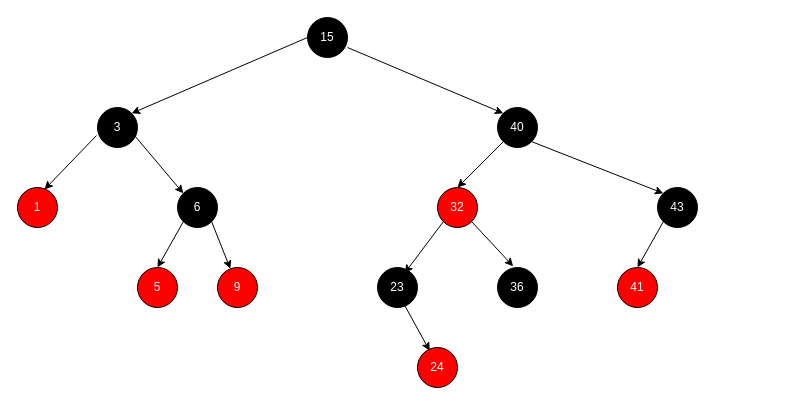
This is page "Page-1" (1 of 2) of Untitled Diagram.drawio from semihhdemirel/semihhdemirel, a draw.io file, before an edit. Source tidied: cells renumbered, new cells numbered last; positions are measured from the earlier drawing's top-left corner, leaving out a move shared by most shapes. Both pictures are drawn from the tidied source at 100%, with x=0, y=0 at pixel (17, 17).
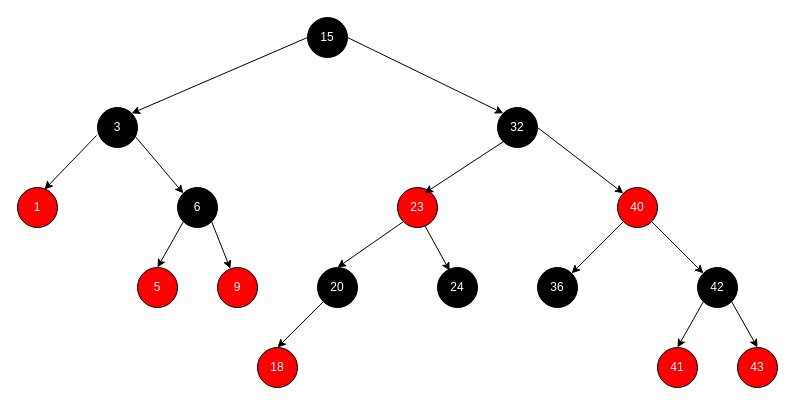
The same diagram, later.

Unchanged cells that the change refers to:
```xml
<mxCell id="3" value="&lt;font color=&quot;#ffffff&quot;&gt;15&lt;/font&gt;" style="ellipse;whiteSpace=wrap;html=1;fillColor=#000000;" parent="1" vertex="1">
  <mxGeometry x="290" width="40" height="40" as="geometry" />
</mxCell>
```

Change to the diagram source:
```diff
@@
-    <mxCell id="2" value="&lt;font color=&quot;#ffffff&quot;&gt;40&lt;/font&gt;" style="ellipse;whiteSpace=wrap;html=1;fillColor=#000000;" parent="1" vertex="1">
-      <mxGeometry x="480" y="90" width="40" height="40" as="geometry" />
+    <mxCell id="2" value="&lt;font color=&quot;#ffffff&quot;&gt;40&lt;/font&gt;" style="ellipse;whiteSpace=wrap;html=1;fillColor=#FF0000;" parent="1" vertex="1">
+      <mxGeometry x="600" y="170" width="40" height="40" as="geometry" />
     </mxCell>
@@
-    <mxCell id="5" value="&lt;font color=&quot;#ffffff&quot;&gt;43&lt;/font&gt;" style="ellipse;whiteSpace=wrap;html=1;fillColor=#000000;" parent="1" vertex="1">
-      <mxGeometry x="640" y="170" width="40" height="40" as="geometry" />
+    <mxCell id="5" value="&lt;font color=&quot;#ffffff&quot;&gt;43&lt;/font&gt;" style="ellipse;whiteSpace=wrap;html=1;fillColor=#FF0000;" parent="1" vertex="1">
+      <mxGeometry x="720" y="330" width="40" height="40" as="geometry" />
     </mxCell>
-    <mxCell id="6" style="endArrow=classic;html=1;rounded=0;exitX=1;exitY=1;exitDx=0;exitDy=0;entryX=0;entryY=0;entryDx=0;entryDy=0;" parent="1" edge="1" source="2" target="5">
-      <mxGeometry relative="1" as="geometry" />
-    </mxCell>
-    <mxCell id="7" value="&lt;font color=&quot;#ffffff&quot;&gt;32&lt;/font&gt;" style="ellipse;whiteSpace=wrap;html=1;fillColor=#FF0000;" parent="1" vertex="1">
-      <mxGeometry x="420" y="170" width="40" height="40" as="geometry" />
+    <mxCell id="7" value="&lt;font color=&quot;#ffffff&quot;&gt;32&lt;/font&gt;" style="ellipse;whiteSpace=wrap;html=1;fillColor=#000000;" parent="1" vertex="1">
+      <mxGeometry x="480" y="90" width="40" height="40" as="geometry" />
     </mxCell>
-    <mxCell id="8" style="endArrow=classic;html=1;rounded=0;exitX=1;exitY=0.75;exitDx=0;exitDy=0;entryX=0;entryY=0;entryDx=0;entryDy=0;exitPerimeter=0;" parent="1" edge="1" source="3" target="2">
-      <mxGeometry relative="1" as="geometry" />
-    </mxCell>
@@
-    <mxCell id="14" style="endArrow=classic;html=1;rounded=0;exitX=0;exitY=1;exitDx=0;exitDy=0;entryX=0.5;entryY=0;entryDx=0;entryDy=0;" parent="1" edge="1" source="2" target="7">
-      <mxGeometry relative="1" as="geometry" />
-    </mxCell>
-    <mxCell id="15" value="&lt;font color=&quot;#ffffff&quot;&gt;23&lt;/font&gt;" style="ellipse;whiteSpace=wrap;html=1;fillColor=#000000;" parent="1" vertex="1">
-      <mxGeometry x="360" y="250" width="40" height="40" as="geometry" />
+    <mxCell id="15" value="&lt;font color=&quot;#ffffff&quot;&gt;23&lt;/font&gt;" style="ellipse;whiteSpace=wrap;html=1;fillColor=#FF0000;" parent="1" vertex="1">
+      <mxGeometry x="380" y="170" width="40" height="40" as="geometry" />
     </mxCell>
@@
     <mxCell id="17" value="&lt;font color=&quot;#ffffff&quot;&gt;36&lt;/font&gt;" style="ellipse;whiteSpace=wrap;html=1;fillColor=#000000;" parent="1" vertex="1">
-      <mxGeometry x="480" y="250" width="40" height="40" as="geometry" />
+      <mxGeometry x="520" y="250" width="40" height="40" as="geometry" />
     </mxCell>
-    <mxCell id="18" style="endArrow=classic;html=1;rounded=0;entryX=0.392;entryY=-0.031;entryDx=0;entryDy=0;entryPerimeter=0;exitX=1;exitY=1;exitDx=0;exitDy=0;" parent="1" edge="1" source="7" target="17">
-      <mxGeometry relative="1" as="geometry" />
-    </mxCell>
@@
-    <mxCell id="23" value="&lt;font color=&quot;#ffffff&quot;&gt;24&lt;/font&gt;" style="ellipse;whiteSpace=wrap;html=1;fillColor=#FF0000;" parent="1" vertex="1">
-      <mxGeometry x="400" y="330" width="40" height="40" as="geometry" />
+    <mxCell id="23" value="&lt;font color=&quot;#ffffff&quot;&gt;24&lt;/font&gt;" style="ellipse;whiteSpace=wrap;html=1;fillColor=#000000;" parent="1" vertex="1">
+      <mxGeometry x="420" y="250" width="40" height="40" as="geometry" />
     </mxCell>
@@
     <mxCell id="25" value="&lt;font color=&quot;#ffffff&quot;&gt;41&lt;/font&gt;" style="ellipse;whiteSpace=wrap;html=1;fillColor=#FF0000;" parent="1" vertex="1">
-      <mxGeometry x="600" y="250" width="40" height="40" as="geometry" />
+      <mxGeometry x="640" y="330" width="40" height="40" as="geometry" />
     </mxCell>
-    <mxCell id="26" style="endArrow=classic;html=1;rounded=0;exitX=0;exitY=1;exitDx=0;exitDy=0;entryX=0.5;entryY=0;entryDx=0;entryDy=0;" parent="1" edge="1" source="5" target="25">
-      <mxGeometry relative="1" as="geometry" />
-    </mxCell>
+    <mxCell id="27" value="&lt;font color=&quot;#ffffff&quot;&gt;42&lt;/font&gt;" style="ellipse;whiteSpace=wrap;html=1;fillColor=#000000;" parent="1" vertex="1">
+      <mxGeometry x="680" y="250" width="40" height="40" as="geometry" />
+    </mxCell>
+    <mxCell id="28" style="endArrow=classic;html=1;rounded=0;entryX=0.5;entryY=0;entryDx=0;entryDy=0;exitX=0;exitY=1;exitDx=0;exitDy=0;" parent="1" edge="1" source="27" target="25">
+      <mxGeometry relative="1" as="geometry" />
+    </mxCell>
+    <mxCell id="29" style="endArrow=classic;html=1;rounded=0;entryX=0.5;entryY=0;entryDx=0;entryDy=0;exitX=1;exitY=1;exitDx=0;exitDy=0;" parent="1" edge="1" source="27" target="5">
+      <mxGeometry relative="1" as="geometry" />
+    </mxCell>
+    <mxCell id="30" value="&lt;font color=&quot;#ffffff&quot;&gt;20&lt;/font&gt;" style="ellipse;whiteSpace=wrap;html=1;fillColor=#000000;" parent="1" vertex="1">
+      <mxGeometry x="300" y="250" width="40" height="40" as="geometry" />
+    </mxCell>
+    <mxCell id="31" style="endArrow=classic;html=1;rounded=0;entryX=0.5;entryY=0;entryDx=0;entryDy=0;exitX=0;exitY=1;exitDx=0;exitDy=0;" parent="1" edge="1" source="15" target="30">
+      <mxGeometry relative="1" as="geometry" />
+    </mxCell>
+    <mxCell id="32" value="&lt;font color=&quot;#ffffff&quot;&gt;18&lt;/font&gt;" style="ellipse;whiteSpace=wrap;html=1;fillColor=#FF0000;" parent="1" vertex="1">
+      <mxGeometry x="240" y="330" width="40" height="40" as="geometry" />
+    </mxCell>
+    <mxCell id="33" style="endArrow=classic;html=1;rounded=0;entryX=0;entryY=0;entryDx=0;entryDy=0;exitX=1;exitY=0.5;exitDx=0;exitDy=0;" parent="1" edge="1" source="7" target="2">
+      <mxGeometry relative="1" as="geometry" />
+    </mxCell>
+    <mxCell id="34" style="endArrow=classic;html=1;rounded=0;entryX=0;entryY=0;entryDx=0;entryDy=0;exitX=1;exitY=1;exitDx=0;exitDy=0;" parent="1" edge="1" source="2" target="27">
+      <mxGeometry relative="1" as="geometry" />
+    </mxCell>
+    <mxCell id="35" style="endArrow=classic;html=1;rounded=0;entryX=1;entryY=0;entryDx=0;entryDy=0;exitX=0;exitY=1;exitDx=0;exitDy=0;" parent="1" edge="1" source="2" target="17">
+      <mxGeometry relative="1" as="geometry" />
+    </mxCell>
+    <mxCell id="36" style="endArrow=classic;html=1;rounded=0;exitX=1;exitY=0.5;exitDx=0;exitDy=0;entryX=0;entryY=0;entryDx=0;entryDy=0;" parent="1" edge="1" source="3" target="7">
+      <mxGeometry relative="1" as="geometry" />
+    </mxCell>
+    <mxCell id="37" style="endArrow=classic;html=1;rounded=0;entryX=0.5;entryY=0;entryDx=0;entryDy=0;exitX=0;exitY=1;exitDx=0;exitDy=0;" parent="1" edge="1" source="30" target="32">
+      <mxGeometry relative="1" as="geometry" />
+    </mxCell>
```
